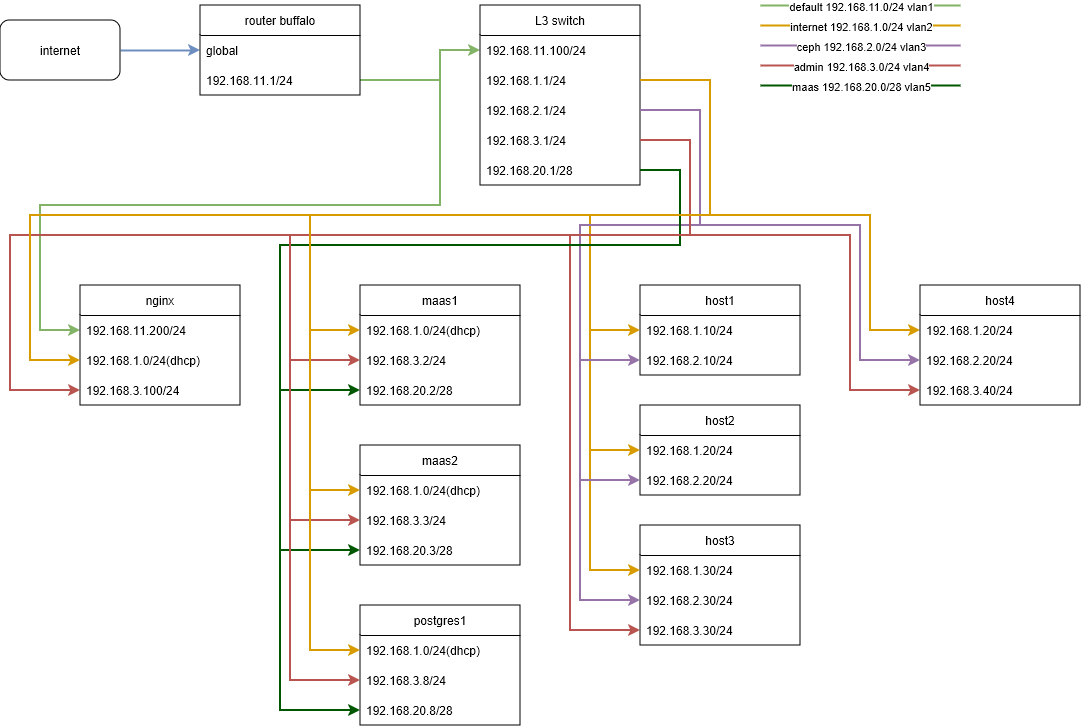
Earlier version of the draw.io export config/network.drawio.png (kigawa01/kigawa01). Source tidied: cells renumbered, new cells last; positions are measured from the earlier drawing's top-left corner, leaving out a move shared by most shapes.
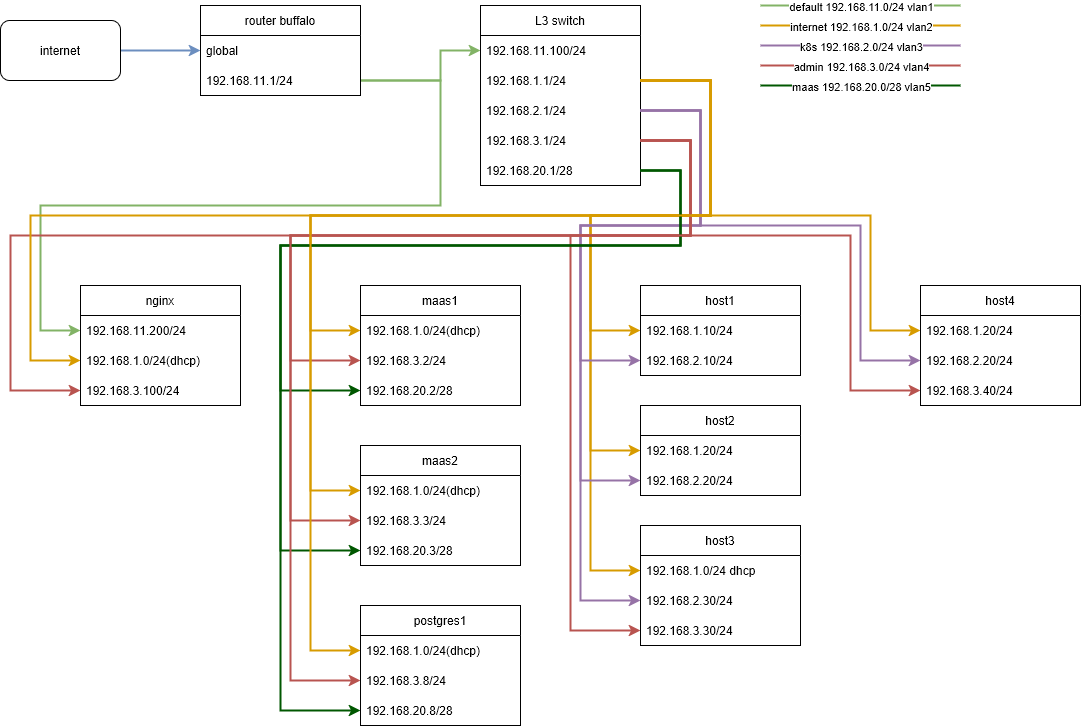
The same file after the commit.

Commit message:
network.drawio.png を更新します

What changed in the source:
```diff
@@ -150,7 +150,7 @@
     <mxCell id="37" value="host3" style="swimlane;fontStyle=0;horizontal=1;startSize=30;whiteSpace=wrap;html=1;" parent="1" vertex="1">
       <mxGeometry x="640" y="520" width="160" height="120" as="geometry" />
     </mxCell>
-    <mxCell id="38" value="192.168.1.30/24" style="text;strokeColor=none;fillColor=none;align=left;verticalAlign=middle;spacingLeft=4;spacingRight=4;overflow=hidden;points=[[0,0.5],[1,0.5]];portConstraint=eastwest;whiteSpace=wrap;html=1;" parent="37" vertex="1">
+    <mxCell id="38" value="192.168.1.0/24 dhcp" style="text;strokeColor=none;fillColor=none;align=left;verticalAlign=middle;spacingLeft=4;spacingRight=4;overflow=hidden;points=[[0,0.5],[1,0.5]];portConstraint=eastwest;whiteSpace=wrap;html=1;" parent="37" vertex="1">
       <mxGeometry y="30" width="160" height="30" as="geometry" />
     </mxCell>
     <mxCell id="39" value="192.168.2.30/24" style="text;strokeColor=none;fillColor=none;align=left;verticalAlign=middle;spacingLeft=4;spacingRight=4;overflow=hidden;points=[[0,0.5],[1,0.5]];portConstraint=eastwest;whiteSpace=wrap;html=1;" parent="37" vertex="1">
@@ -284,7 +284,7 @@
         <mxPoint x="960" y="40" as="targetPoint" />
       </mxGeometry>
     </mxCell>
-    <mxCell id="60" value="ceph 192.168.2.0/24 vlan3" style="edgeLabel;html=1;align=center;verticalAlign=middle;" parent="59" vertex="1">
+    <mxCell id="60" value="k8s 192.168.2.0/24 vlan3" style="edgeLabel;html=1;align=center;verticalAlign=middle;" parent="59" vertex="1">
       <mxGeometry y="-1" relative="1" as="geometry" />
     </mxCell>
     <mxCell id="61" style="edgeStyle=orthogonalEdgeStyle;rounded=0;jettySize=auto;html=1;exitX=1;exitY=0.5;exitDx=0;exitDy=0;entryX=0;entryY=0.5;entryDx=0;entryDy=0;fillColor=#f8cecc;strokeColor=#b85450;strokeWidth=2;" parent="1" edge="1" source="14" target="40">
```
